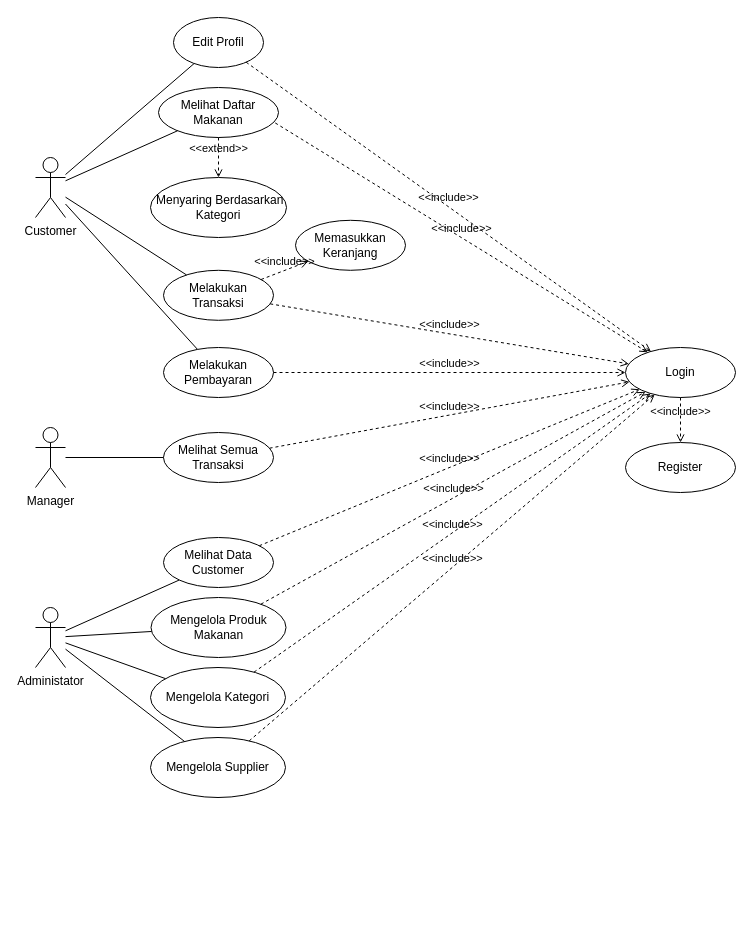
Earlier version of the draw.io diagram rancangan/Diagram Tanpa Judul.drawio (meinhere/ta-kelompok-paw). Source tidied: cells renumbered, new cells numbered last; positions are measured from the earlier drawing's top-left corner, leaving out a move shared by most shapes. Both pictures are drawn from the tidied source at 100%, with x=0, y=0 at pixel (35, 17).
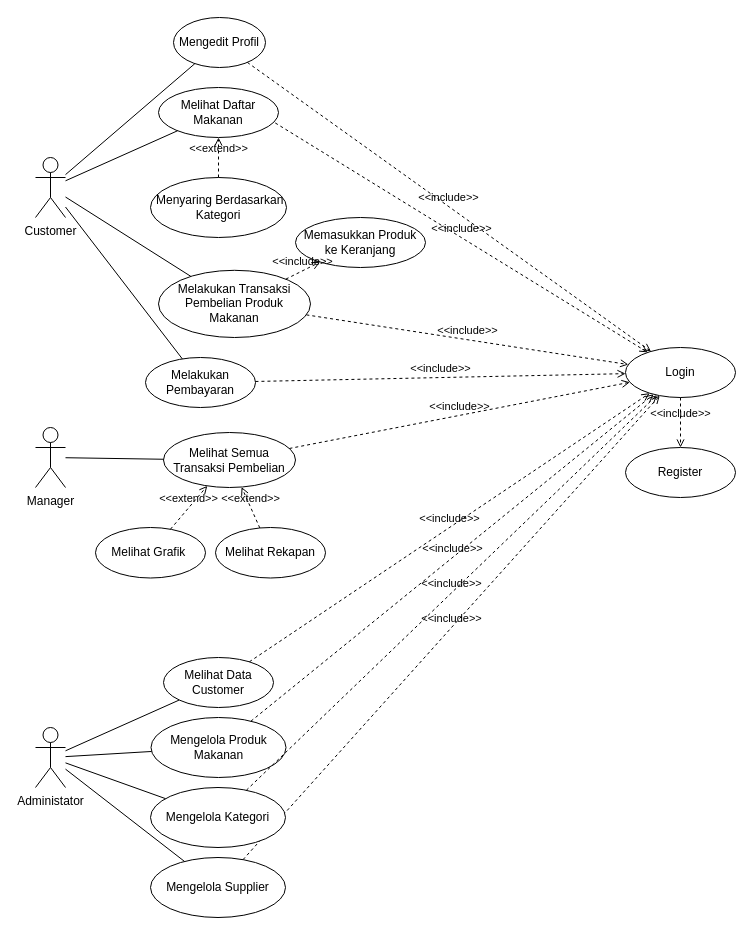
Above is the later version.

The change refers to these unchanged cells:
```xml
<mxCell id="4" value="Melihat Daftar Makanan" style="ellipse;whiteSpace=wrap;html=1;" parent="1" vertex="1">
  <mxGeometry x="123" y="70" width="120" height="50" as="geometry" />
</mxCell>
<mxCell id="21" value="Login" style="ellipse;whiteSpace=wrap;html=1;" parent="1" vertex="1">
  <mxGeometry x="590" y="330" width="110" height="50" as="geometry" />
</mxCell>
<mxCell id="32" value="&amp;nbsp;Menyaring Berdasarkan Kategori" style="ellipse;whiteSpace=wrap;html=1;" parent="1" vertex="1">
  <mxGeometry x="115" y="160" width="136" height="60" as="geometry" />
</mxCell>
```

Change to the diagram source:
```diff
@@
-    <mxCell id="3" value="Edit Profil" style="ellipse;whiteSpace=wrap;html=1;" parent="1" vertex="1">
-      <mxGeometry x="138" width="90" height="50" as="geometry" />
+    <mxCell id="3" value="Mengedit Profil" style="ellipse;whiteSpace=wrap;html=1;" parent="1" vertex="1">
+      <mxGeometry x="138" width="92" height="50" as="geometry" />
     </mxCell>
@@
-    <mxCell id="5" value="Melakukan Transaksi" style="ellipse;whiteSpace=wrap;html=1;" parent="1" vertex="1">
-      <mxGeometry x="128" y="252.8" width="110" height="50" as="geometry" />
+    <mxCell id="5" value="Melakukan Transaksi Pembelian Produk Makanan" style="ellipse;whiteSpace=wrap;html=1;" parent="1" vertex="1">
+      <mxGeometry x="123" y="252.8" width="152" height="67.2" as="geometry" />
     </mxCell>
     <mxCell id="6" value="Melakukan Pembayaran" style="ellipse;whiteSpace=wrap;html=1;" parent="1" vertex="1">
-      <mxGeometry x="128" y="330" width="110" height="50" as="geometry" />
+      <mxGeometry x="110" y="340" width="110" height="50" as="geometry" />
     </mxCell>
@@
-    <mxCell id="12" value="Melihat Semua Transaksi" style="ellipse;whiteSpace=wrap;html=1;" parent="1" vertex="1">
-      <mxGeometry x="128" y="415" width="110" height="50" as="geometry" />
+    <mxCell id="12" value="Melihat Semua Transaksi Pembelian" style="ellipse;whiteSpace=wrap;html=1;" parent="1" vertex="1">
+      <mxGeometry x="128" y="415" width="132" height="55" as="geometry" />
     </mxCell>
@@
     <mxCell id="14" value="Administator" style="shape=umlActor;verticalLabelPosition=bottom;verticalAlign=top;html=1;" parent="1" vertex="1">
-      <mxGeometry y="590" width="30" height="60" as="geometry" />
+      <mxGeometry y="710" width="30" height="60" as="geometry" />
     </mxCell>
     <mxCell id="15" value="Melihat Data Customer" style="ellipse;whiteSpace=wrap;html=1;" parent="1" vertex="1">
-      <mxGeometry x="128" y="520" width="110" height="50" as="geometry" />
+      <mxGeometry x="128" y="640" width="110" height="50" as="geometry" />
     </mxCell>
@@
     <mxCell id="17" value="Mengelola Produk Makanan" style="ellipse;whiteSpace=wrap;html=1;" parent="1" vertex="1">
-      <mxGeometry x="115.5" y="580" width="135" height="60" as="geometry" />
+      <mxGeometry x="115.5" y="700" width="135" height="60" as="geometry" />
     </mxCell>
     <mxCell id="18" value="Mengelola Supplier" style="ellipse;whiteSpace=wrap;html=1;" parent="1" vertex="1">
-      <mxGeometry x="115" y="720" width="135" height="60" as="geometry" />
+      <mxGeometry x="115" y="840" width="135" height="60" as="geometry" />
     </mxCell>
@@
-    <mxCell id="22" value="Register" style="ellipse;whiteSpace=wrap;html=1;" parent="1" vertex="1">
-      <mxGeometry x="590" y="425" width="110" height="50" as="geometry" />
-    </mxCell>
@@
-    <mxCell id="31" value="&amp;lt;&amp;lt;include&amp;gt;&amp;gt;" style="html=1;verticalAlign=bottom;labelBackgroundColor=none;endArrow=open;endFill=0;dashed=1;rounded=0;" parent="1" edge="1" source="21" target="22">
-      <mxGeometry relative="1" as="geometry" />
-    </mxCell>
@@
-    <mxCell id="33" value="&amp;lt;&amp;lt;extend&amp;gt;&amp;gt;" style="html=1;verticalAlign=bottom;labelBackgroundColor=none;endArrow=open;endFill=0;dashed=1;rounded=0;" parent="1" edge="1" source="4" target="32">
+    <mxCell id="33" value="&amp;lt;&amp;lt;extend&amp;gt;&amp;gt;" style="html=1;verticalAlign=bottom;labelBackgroundColor=none;endArrow=open;endFill=0;dashed=1;rounded=0;" parent="1" edge="1" source="32" target="4">
       <mxGeometry relative="1" as="geometry" />
     </mxCell>
-    <mxCell id="34" value="Memasukkan Keranjang" style="ellipse;whiteSpace=wrap;html=1;" parent="1" vertex="1">
-      <mxGeometry x="260" y="202.8" width="110" height="50" as="geometry" />
+    <mxCell id="34" value="Memasukkan Produk ke Keranjang" style="ellipse;whiteSpace=wrap;html=1;" parent="1" vertex="1">
+      <mxGeometry x="260" y="200" width="130" height="50" as="geometry" />
     </mxCell>
@@
     <mxCell id="36" value="Mengelola Kategori" style="ellipse;whiteSpace=wrap;html=1;" parent="1" vertex="1">
-      <mxGeometry x="115" y="650" width="135" height="60" as="geometry" />
+      <mxGeometry x="115" y="770" width="135" height="60" as="geometry" />
     </mxCell>
@@
+    <mxCell id="40" value="Melihat Grafik&amp;nbsp;" style="ellipse;whiteSpace=wrap;html=1;" parent="1" vertex="1">
+      <mxGeometry x="60" y="510" width="110" height="50.5" as="geometry" />
+    </mxCell>
+    <mxCell id="41" value="Melihat Rekapan" style="ellipse;whiteSpace=wrap;html=1;" parent="1" vertex="1">
+      <mxGeometry x="180" y="510" width="110" height="50.5" as="geometry" />
+    </mxCell>
+    <mxCell id="42" value="&amp;lt;&amp;lt;extend&amp;gt;&amp;gt;" style="html=1;verticalAlign=bottom;labelBackgroundColor=none;endArrow=open;endFill=0;dashed=1;rounded=0;" parent="1" edge="1" source="40" target="12">
+      <mxGeometry relative="1" as="geometry" />
+    </mxCell>
+    <mxCell id="43" value="&amp;lt;&amp;lt;extend&amp;gt;&amp;gt;" style="html=1;verticalAlign=bottom;labelBackgroundColor=none;endArrow=open;endFill=0;dashed=1;rounded=0;" parent="1" edge="1" source="41" target="12">
+      <mxGeometry relative="1" as="geometry" />
+    </mxCell>
+    <mxCell id="22" value="Register" style="ellipse;whiteSpace=wrap;html=1;" parent="1" vertex="1">
+      <mxGeometry x="590" y="430" width="110" height="50" as="geometry" />
+    </mxCell>
+    <mxCell id="31" value="&amp;lt;&amp;lt;include&amp;gt;&amp;gt;" style="html=1;verticalAlign=bottom;labelBackgroundColor=none;endArrow=open;endFill=0;dashed=1;rounded=0;" parent="1" edge="1" source="21" target="22">
+      <mxGeometry relative="1" as="geometry" />
+    </mxCell>
```
